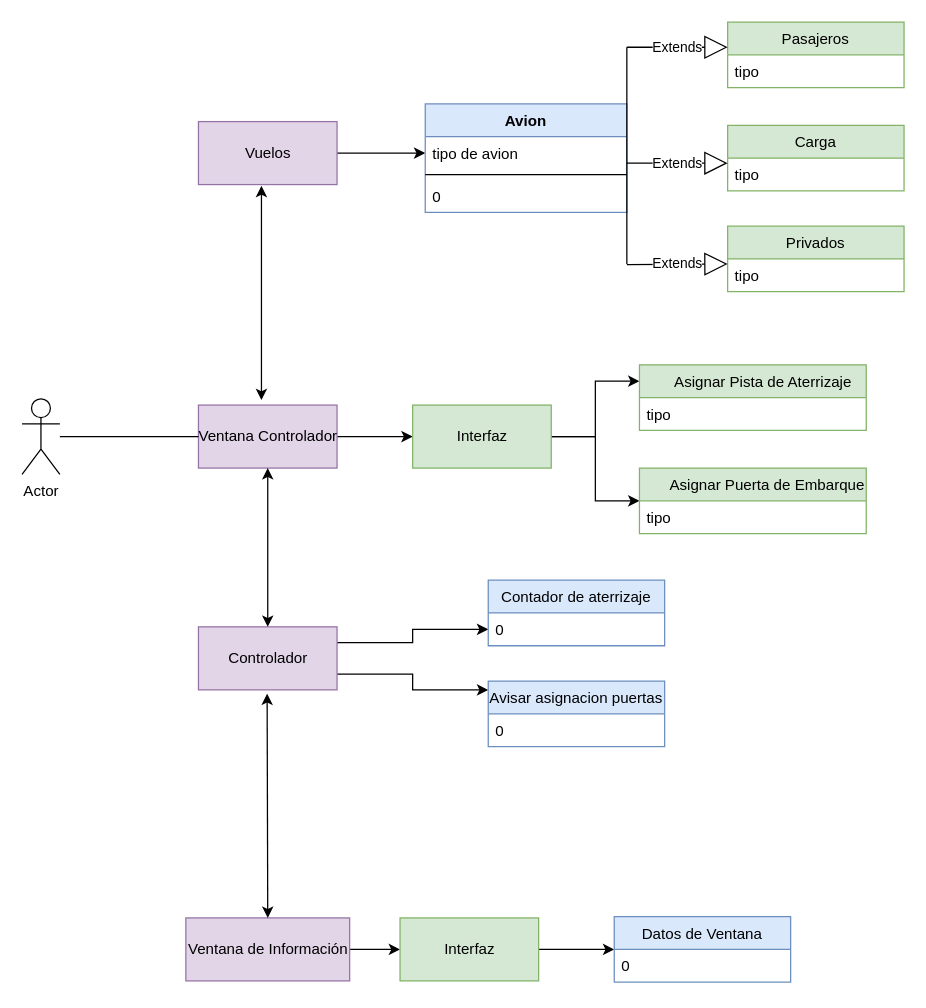
Earlier version of the draw.io diagram Diagrama proyecto 2.drawio (CarlosArango33/Proyecto2_POO). Source tidied: cells renumbered, new cells numbered last; positions are measured from the earlier drawing's top-left corner, leaving out a move shared by most shapes. Both pictures are drawn from the tidied source at 126%, with x=0, y=0 at pixel (21, 21).
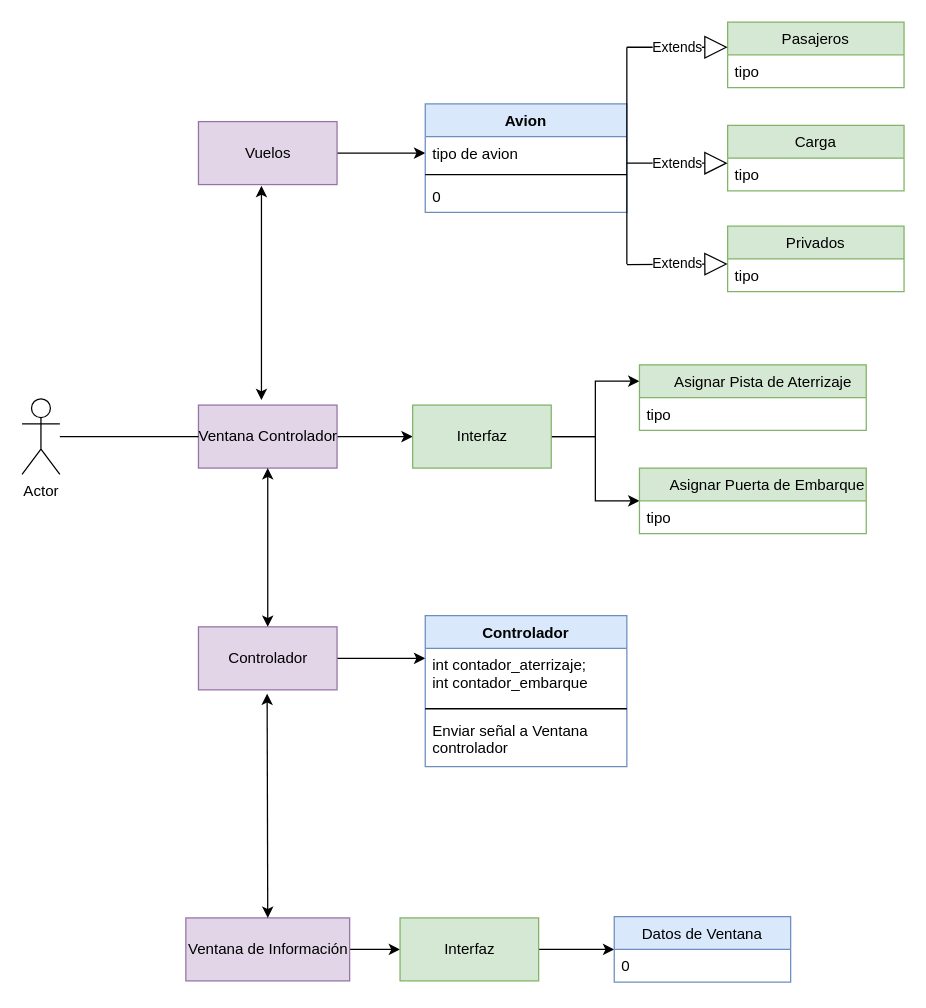
After the change.

Commit message:
cambio a controlador

The change refers to these unchanged cells:
```xml
<mxCell id="9" value="Controlador" style="html=1;fillColor=#e1d5e7;strokeColor=#9673a6;" parent="1" vertex="1">
  <mxGeometry x="140" y="480" width="110" height="50" as="geometry" />
</mxCell>
```

Diff of the diagram source:
```diff
@@
-    <mxCell id="7" style="edgeStyle=orthogonalEdgeStyle;rounded=0;jettySize=auto;html=1;exitX=1;exitY=0.25;exitDx=0;exitDy=0;entryX=0;entryY=0.5;entryDx=0;entryDy=0;" parent="1" edge="1" source="9" target="27">
-      <mxGeometry relative="1" as="geometry" />
-    </mxCell>
-    <mxCell id="8" style="edgeStyle=orthogonalEdgeStyle;rounded=0;jettySize=auto;html=1;exitX=1;exitY=0.75;exitDx=0;exitDy=0;entryX=0;entryY=0.135;entryDx=0;entryDy=0;entryPerimeter=0;" parent="1" edge="1" source="9" target="28">
-      <mxGeometry relative="1" as="geometry" />
-    </mxCell>
+    <mxCell id="45" style="edgeStyle=orthogonalEdgeStyle;rounded=0;jettySize=auto;html=1;" parent="1" edge="1" source="9">
+      <mxGeometry relative="1" as="geometry">
+        <mxPoint x="320" y="505" as="targetPoint" />
+      </mxGeometry>
+    </mxCell>
@@
-    <mxCell id="26" value="Contador de aterrizaje" style="swimlane;fontStyle=0;horizontal=1;startSize=26;fillColor=#dae8fc;strokeColor=#6c8ebf;" parent="1" vertex="1">
-      <mxGeometry x="370" y="443" width="140" height="52" as="geometry" />
-    </mxCell>
-    <mxCell id="27" value="0" style="text;strokeColor=none;fillColor=none;align=left;verticalAlign=top;spacingLeft=4;spacingRight=4;overflow=hidden;points=[[0,0.5],[1,0.5]];portConstraint=eastwest;" parent="26" vertex="1">
-      <mxGeometry y="26" width="140" height="26" as="geometry" />
-    </mxCell>
-    <mxCell id="28" value="Avisar asignacion puertas" style="swimlane;fontStyle=0;horizontal=1;startSize=26;fillColor=#dae8fc;strokeColor=#6c8ebf;" parent="1" vertex="1">
-      <mxGeometry x="370" y="523" width="140" height="52" as="geometry" />
-    </mxCell>
-    <mxCell id="29" value="0" style="text;strokeColor=none;fillColor=none;align=left;verticalAlign=top;spacingLeft=4;spacingRight=4;overflow=hidden;" parent="28" vertex="1">
-      <mxGeometry y="26" width="140" height="26" as="geometry" />
-    </mxCell>
@@
+    <mxCell id="46" value="Controlador" style="swimlane;fontStyle=1;align=center;verticalAlign=top;horizontal=1;startSize=26;fillColor=#dae8fc;strokeColor=#6c8ebf;" parent="1" vertex="1">
+      <mxGeometry x="320" y="471" width="160" height="120" as="geometry" />
+    </mxCell>
+    <mxCell id="47" value="int contador_aterrizaje;&#10;int contador_embarque" style="text;strokeColor=none;fillColor=none;align=left;verticalAlign=top;spacingLeft=4;spacingRight=4;overflow=hidden;" parent="46" vertex="1">
+      <mxGeometry y="26" width="160" height="44" as="geometry" />
+    </mxCell>
+    <mxCell id="48" style="line;strokeWidth=1;fillColor=none;align=left;verticalAlign=middle;spacingTop=-1;spacingLeft=3;spacingRight=3;labelPosition=right;" parent="46" vertex="1">
+      <mxGeometry y="70" width="160" height="8" as="geometry" />
+    </mxCell>
+    <mxCell id="49" value="Enviar señal a Ventana &#10;controlador" style="text;strokeColor=none;fillColor=none;align=left;verticalAlign=top;spacingLeft=4;spacingRight=4;overflow=hidden;" parent="46" vertex="1">
+      <mxGeometry y="78" width="160" height="42" as="geometry" />
+    </mxCell>
```
